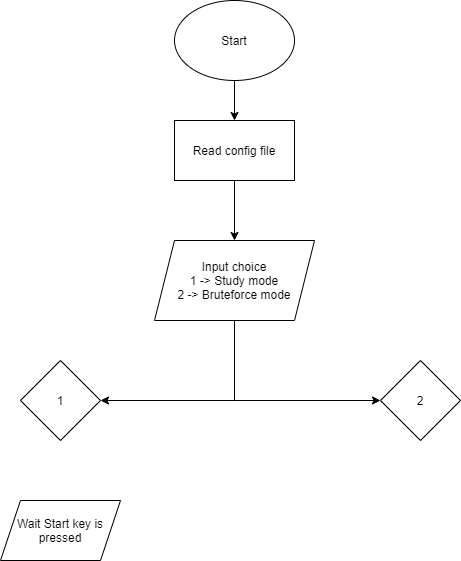
The draw.io diagram gimkit bot diagram.png in clinde04/Gimkit-bot-1, before a commit. Source tidied: cells renumbered, new cells last; positions are measured from the earlier drawing's top-left corner, leaving out a move shared by most shapes. Source of this version:
```xml
<mxGraphModel>
  <root>
    <mxCell id="0" />
    <mxCell id="1" parent="0" />
    <mxCell id="2" style="edgeStyle=orthogonalEdgeStyle;rounded=0;jettySize=auto;html=1;exitX=0.5;exitY=1;exitDx=0;exitDy=0;entryX=0.5;entryY=0;entryDx=0;entryDy=0;" parent="1" edge="1" source="3" target="10">
      <mxGeometry relative="1" as="geometry" />
    </mxCell>
    <mxCell id="3" value="Start" style="ellipse;whiteSpace=wrap;html=1;" parent="1" vertex="1">
      <mxGeometry x="174" width="120" height="80" as="geometry" />
    </mxCell>
    <mxCell id="4" style="edgeStyle=orthogonalEdgeStyle;rounded=0;jettySize=auto;html=1;exitX=0.5;exitY=1;exitDx=0;exitDy=0;entryX=1;entryY=0.5;entryDx=0;entryDy=0;" parent="1" edge="1" source="6" target="7">
      <mxGeometry relative="1" as="geometry">
        <Array as="points">
          <mxPoint x="234" y="400" />
        </Array>
      </mxGeometry>
    </mxCell>
    <mxCell id="5" style="edgeStyle=orthogonalEdgeStyle;rounded=0;jettySize=auto;html=1;exitX=0.5;exitY=1;exitDx=0;exitDy=0;entryX=0;entryY=0.5;entryDx=0;entryDy=0;" parent="1" edge="1" source="6" target="8">
      <mxGeometry relative="1" as="geometry" />
    </mxCell>
    <mxCell id="6" value="Input choice&lt;br&gt;1 -&amp;gt; Study mode&lt;br&gt;2 -&amp;gt; Bruteforce mode" style="shape=parallelogram;perimeter=parallelogramPerimeter;whiteSpace=wrap;html=1;fixedSize=1;" parent="1" vertex="1">
      <mxGeometry x="154" y="240" width="160" height="80" as="geometry" />
    </mxCell>
    <mxCell id="7" value="1" style="rhombus;whiteSpace=wrap;html=1;" parent="1" vertex="1">
      <mxGeometry x="20" y="360" width="80" height="80" as="geometry" />
    </mxCell>
    <mxCell id="8" value="2" style="rhombus;whiteSpace=wrap;html=1;" parent="1" vertex="1">
      <mxGeometry x="380" y="360" width="80" height="80" as="geometry" />
    </mxCell>
    <mxCell id="9" style="edgeStyle=orthogonalEdgeStyle;rounded=0;jettySize=auto;html=1;exitX=0.5;exitY=1;exitDx=0;exitDy=0;entryX=0.5;entryY=0;entryDx=0;entryDy=0;" parent="1" edge="1" source="10" target="6">
      <mxGeometry relative="1" as="geometry" />
    </mxCell>
    <mxCell id="10" value="Read config file" style="rounded=0;whiteSpace=wrap;html=1;" parent="1" vertex="1">
      <mxGeometry x="174" y="120" width="120" height="60" as="geometry" />
    </mxCell>
    <mxCell id="11" value="Wait Start key is pressed" style="shape=parallelogram;perimeter=parallelogramPerimeter;whiteSpace=wrap;html=1;fixedSize=1;" parent="1" vertex="1">
      <mxGeometry y="500" width="120" height="60" as="geometry" />
    </mxCell>
  </root>
</mxGraphModel>
```
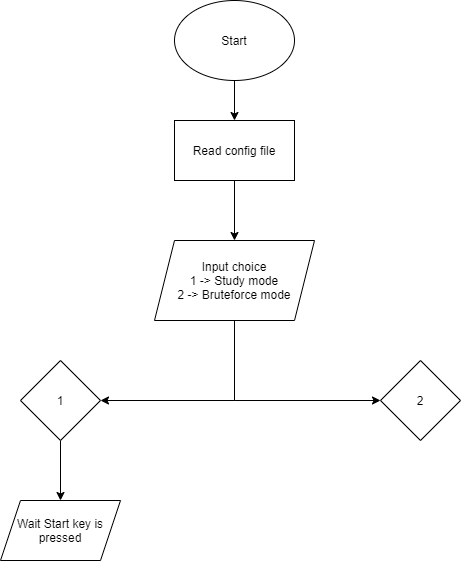
After the change.

What changed in the source:
```diff
@@ -21,6 +21,9 @@
     <mxCell id="6" value="Input choice&lt;br&gt;1 -&amp;gt; Study mode&lt;br&gt;2 -&amp;gt; Bruteforce mode" style="shape=parallelogram;perimeter=parallelogramPerimeter;whiteSpace=wrap;html=1;fixedSize=1;" parent="1" vertex="1">
       <mxGeometry x="154" y="240" width="160" height="80" as="geometry" />
     </mxCell>
+    <mxCell id="12" style="edgeStyle=orthogonalEdgeStyle;rounded=0;jettySize=auto;html=1;exitX=0.5;exitY=1;exitDx=0;exitDy=0;entryX=0.5;entryY=0;entryDx=0;entryDy=0;" parent="1" edge="1" source="7" target="11">
+      <mxGeometry relative="1" as="geometry" />
+    </mxCell>
     <mxCell id="7" value="1" style="rhombus;whiteSpace=wrap;html=1;" parent="1" vertex="1">
       <mxGeometry x="20" y="360" width="80" height="80" as="geometry" />
     </mxCell>
```
